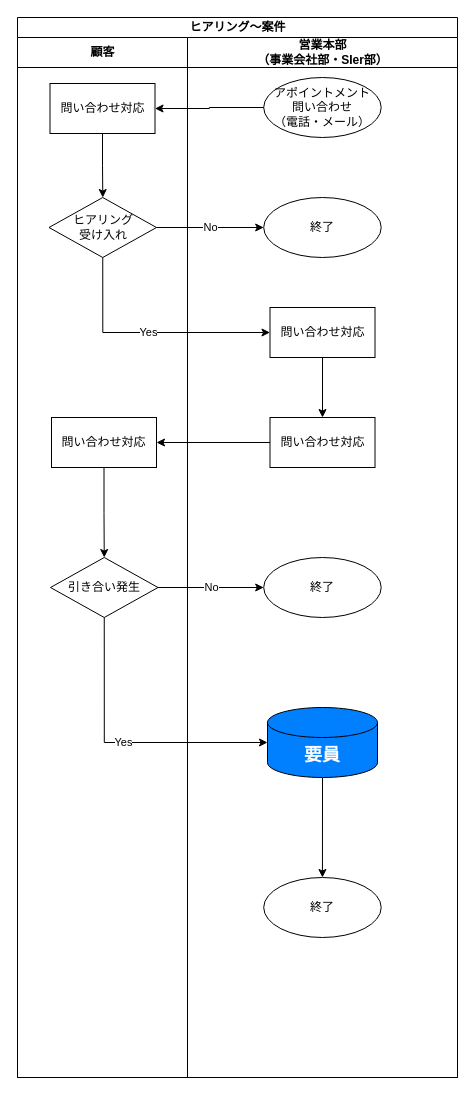
TaikiHorita/TaikiRepository keeps this draw.io diagram as page "ヒアリング～案件" (3 of 4) of 20230622To-Be業務フロー図.drawio. Above is the earlier version. Source tidied: cells renumbered, new cells numbered last; positions are measured from the earlier drawing's top-left corner, leaving out a move shared by most shapes. Both pictures are drawn from the tidied source at 100%, with x=0, y=0 at pixel (17, 17).
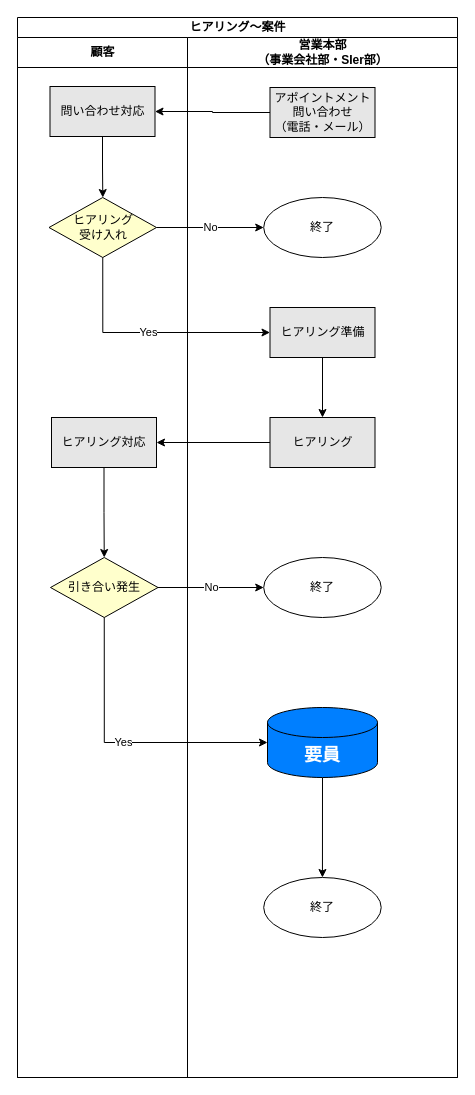
After the change.

The change refers to these unchanged cells:
```xml
<mxCell id="2" value="ヒアリング～案件" style="swimlane;startSize=20;html=1;" parent="1" vertex="1">
  <mxGeometry width="440" height="1060" as="geometry" />
</mxCell>
<mxCell id="3" value="顧客" style="swimlane;startSize=30;html=1;" parent="2" vertex="1">
  <mxGeometry y="20" width="170" height="1040" as="geometry" />
</mxCell>
<mxCell id="10" value="営業本部&lt;br&gt;（事業会社部・SIer部）" style="swimlane;startSize=30;html=1;" parent="2" vertex="1">
  <mxGeometry x="170" y="20" width="270" height="1040" as="geometry" />
</mxCell>
```

Diff of the diagram source:
```diff
@@
-    <mxCell id="5" value="問い合わせ対応" style="rounded=0;whiteSpace=wrap;html=1;" parent="3" vertex="1">
-      <mxGeometry x="32.5" y="46" width="105" height="50" as="geometry" />
+    <mxCell id="5" value="問い合わせ対応" style="rounded=0;whiteSpace=wrap;html=1;fillColor=#E6E6E6;" parent="3" vertex="1">
+      <mxGeometry x="32.5" y="49" width="105" height="50" as="geometry" />
     </mxCell>
-    <mxCell id="6" value="ヒアリング&lt;br&gt;受け入れ" style="rhombus;whiteSpace=wrap;html=1;" parent="3" vertex="1">
+    <mxCell id="6" value="ヒアリング&lt;br&gt;受け入れ" style="rhombus;whiteSpace=wrap;html=1;fillColor=#FFFFCC;" parent="3" vertex="1">
       <mxGeometry x="31.5" y="160" width="107.5" height="60" as="geometry" />
     </mxCell>
@@
-    <mxCell id="8" value="問い合わせ対応" style="rounded=0;whiteSpace=wrap;html=1;" parent="3" vertex="1">
+    <mxCell id="8" value="ヒアリング対応" style="rounded=0;whiteSpace=wrap;html=1;fillColor=#E6E6E6;" parent="3" vertex="1">
       <mxGeometry x="34" y="380" width="105" height="50" as="geometry" />
     </mxCell>
-    <mxCell id="9" value="引き合い発生" style="rhombus;whiteSpace=wrap;html=1;" parent="3" vertex="1">
+    <mxCell id="9" value="引き合い発生" style="rhombus;whiteSpace=wrap;html=1;fillColor=#FFFFCC;" parent="3" vertex="1">
       <mxGeometry x="33" y="520" width="107.5" height="60" as="geometry" />
     </mxCell>
@@
-    <mxCell id="11" value="アポイントメント&lt;br&gt;問い合わせ&lt;br&gt;（電話・メール）" style="ellipse;whiteSpace=wrap;html=1;" parent="10" vertex="1">
-      <mxGeometry x="76.2" y="40" width="117.5" height="60" as="geometry" />
-    </mxCell>
@@
-    <mxCell id="14" value="問い合わせ対応" style="rounded=0;whiteSpace=wrap;html=1;" parent="10" vertex="1">
+    <mxCell id="14" value="ヒアリング準備" style="rounded=0;whiteSpace=wrap;html=1;fillColor=#E6E6E6;" parent="10" vertex="1">
       <mxGeometry x="82.5" y="270" width="105" height="50" as="geometry" />
     </mxCell>
-    <mxCell id="15" value="問い合わせ対応" style="rounded=0;whiteSpace=wrap;html=1;" parent="10" vertex="1">
+    <mxCell id="15" value="ヒアリング" style="rounded=0;whiteSpace=wrap;html=1;fillColor=#E6E6E6;" parent="10" vertex="1">
       <mxGeometry x="82.5" y="380" width="105" height="50" as="geometry" />
     </mxCell>
@@
+    <mxCell id="11" value="アポイントメント&lt;br&gt;問い合わせ&lt;br&gt;（電話・メール）" style="rounded=0;whiteSpace=wrap;html=1;fillColor=#E6E6E6;" parent="10" vertex="1">
+      <mxGeometry x="82.5" y="50" width="105" height="50" as="geometry" />
+    </mxCell>
@@
-    <mxCell id="21" style="edgeStyle=orthogonalEdgeStyle;rounded=0;jettySize=auto;html=1;exitX=0;exitY=0.5;exitDx=0;exitDy=0;entryX=1;entryY=0.5;entryDx=0;entryDy=0;" parent="2" edge="1" source="11" target="5">
-      <mxGeometry relative="1" as="geometry" />
-    </mxCell>
@@
+    <mxCell id="21" style="edgeStyle=orthogonalEdgeStyle;rounded=0;jettySize=auto;html=1;exitX=0;exitY=0.5;exitDx=0;exitDy=0;entryX=1;entryY=0.5;entryDx=0;entryDy=0;" parent="2" edge="1" source="11" target="5">
+      <mxGeometry relative="1" as="geometry" />
+    </mxCell>
```
